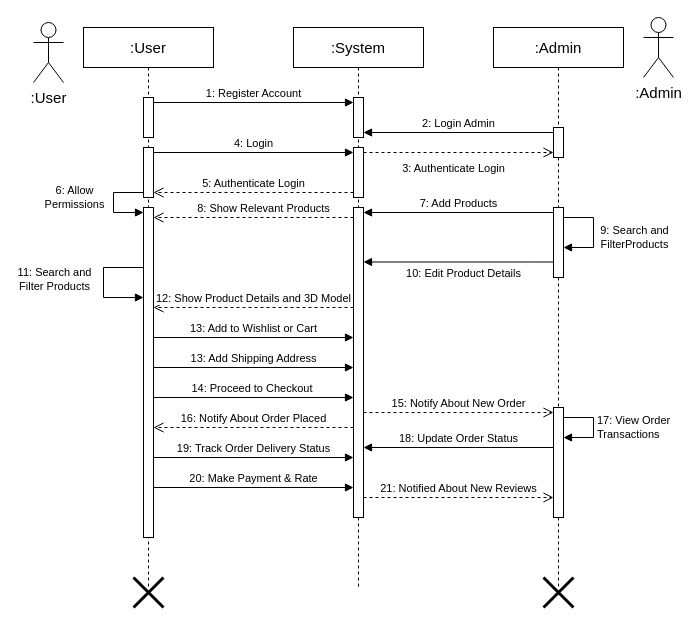
Above: sequenceDiagram.drawio in v1kasjaiswal/UnrealFurniture (draw.io), before the change. Source tidied: cells renumbered, new cells numbered last; positions are measured from the earlier drawing's top-left corner, leaving out a move shared by most shapes. Both pictures are drawn from the tidied source at 100%, with x=0, y=0 at pixel (33, 17).
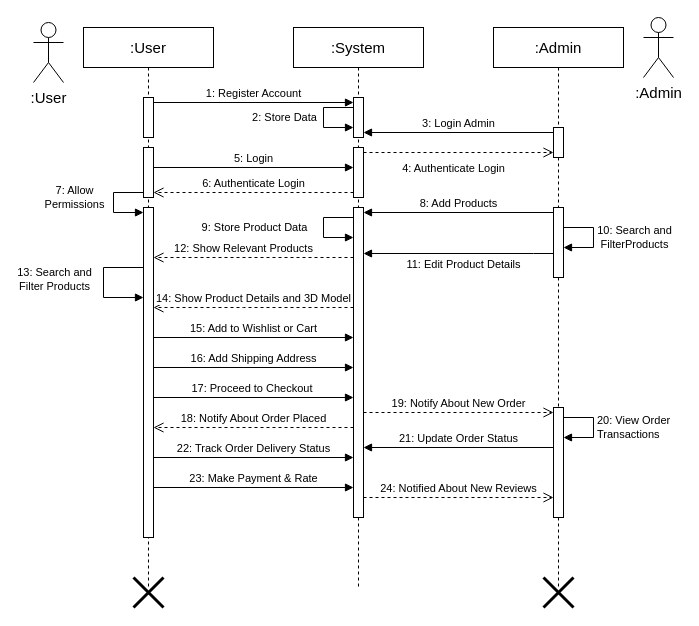
Above is the later version.

Unchanged cells that the change refers to:
```xml
<mxCell id="4" value="&lt;font style=&quot;font-size: 15px;&quot;&gt;:User&lt;/font&gt;" style="shape=umlLifeline;perimeter=lifelinePerimeter;whiteSpace=wrap;html=1;newEdgeStyle={&quot;curved&quot;:0,&quot;rounded&quot;:0};" parent="1" vertex="1">
  <mxGeometry x="50" y="10" width="130" height="560" as="geometry" />
</mxCell>
<mxCell id="6" style="html=1;points=[[0,0,0,0,5],[0,1,0,0,-5],[1,0,0,0,5],[1,1,0,0,-5]];perimeter=orthogonalPerimeter;outlineConnect=0;targetShapes=umlLifeline;portConstraint=eastwest;newEdgeStyle={&quot;curved&quot;:0,&quot;rounded&quot;:0};" parent="4" vertex="1">
  <mxGeometry x="60" y="120" width="10" height="50" as="geometry" />
</mxCell>
<mxCell id="7" style="html=1;points=[[0,0,0,0,5],[0,1,0,0,-5],[1,0,0,0,5],[1,1,0,0,-5]];perimeter=orthogonalPerimeter;outlineConnect=0;targetShapes=umlLifeline;portConstraint=eastwest;newEdgeStyle={&quot;curved&quot;:0,&quot;rounded&quot;:0};" parent="4" vertex="1">
  <mxGeometry x="60" y="180" width="10" height="330" as="geometry" />
</mxCell>
<mxCell id="11" style="html=1;points=[[0,0,0,0,5],[0,1,0,0,-5],[1,0,0,0,5],[1,1,0,0,-5]];perimeter=orthogonalPerimeter;outlineConnect=0;targetShapes=umlLifeline;portConstraint=eastwest;newEdgeStyle={&quot;curved&quot;:0,&quot;rounded&quot;:0};" parent="10" vertex="1">
  <mxGeometry x="60" y="100" width="10" height="30" as="geometry" />
</mxCell>
<mxCell id="12" style="html=1;points=[[0,0,0,0,5],[0,1,0,0,-5],[1,0,0,0,5],[1,1,0,0,-5]];perimeter=orthogonalPerimeter;outlineConnect=0;targetShapes=umlLifeline;portConstraint=eastwest;newEdgeStyle={&quot;curved&quot;:0,&quot;rounded&quot;:0};" parent="10" vertex="1">
  <mxGeometry x="60" y="180" width="10" height="70" as="geometry" />
</mxCell>
<mxCell id="13" style="html=1;points=[[0,0,0,0,5],[0,1,0,0,-5],[1,0,0,0,5],[1,1,0,0,-5]];perimeter=orthogonalPerimeter;outlineConnect=0;targetShapes=umlLifeline;portConstraint=eastwest;newEdgeStyle={&quot;curved&quot;:0,&quot;rounded&quot;:0};" parent="10" vertex="1">
  <mxGeometry x="60" y="380" width="10" height="110" as="geometry" />
</mxCell>
<mxCell id="15" style="html=1;points=[[0,0,0,0,5],[0,1,0,0,-5],[1,0,0,0,5],[1,1,0,0,-5]];perimeter=orthogonalPerimeter;outlineConnect=0;targetShapes=umlLifeline;portConstraint=eastwest;newEdgeStyle={&quot;curved&quot;:0,&quot;rounded&quot;:0};" parent="14" vertex="1">
  <mxGeometry x="60" y="70" width="10" height="40" as="geometry" />
</mxCell>
<mxCell id="16" style="html=1;points=[[0,0,0,0,5],[0,1,0,0,-5],[1,0,0,0,5],[1,1,0,0,-5]];perimeter=orthogonalPerimeter;outlineConnect=0;targetShapes=umlLifeline;portConstraint=eastwest;newEdgeStyle={&quot;curved&quot;:0,&quot;rounded&quot;:0};" parent="14" vertex="1">
  <mxGeometry x="60" y="120" width="10" height="50" as="geometry" />
</mxCell>
<mxCell id="17" style="html=1;points=[[0,0,0,0,5],[0,1,0,0,-5],[1,0,0,0,5],[1,1,0,0,-5]];perimeter=orthogonalPerimeter;outlineConnect=0;targetShapes=umlLifeline;portConstraint=eastwest;newEdgeStyle={&quot;curved&quot;:0,&quot;rounded&quot;:0};" parent="14" vertex="1">
  <mxGeometry x="60" y="180" width="10" height="310" as="geometry" />
</mxCell>
```

The edit, as a diff of the source:
```diff
@@
-    <mxCell id="8" value="6: Allow&lt;div&gt;Permissions&lt;/div&gt;" style="html=1;align=center;spacingLeft=2;endArrow=block;rounded=0;edgeStyle=orthogonalEdgeStyle;curved=0;rounded=0;exitX=0;exitY=1;exitDx=0;exitDy=-5;exitPerimeter=0;entryX=0;entryY=0;entryDx=0;entryDy=5;entryPerimeter=0;" parent="4" edge="1" source="6" target="7">
+    <mxCell id="8" value="7: Allow&lt;div&gt;Permissions&lt;/div&gt;" style="html=1;align=center;spacingLeft=2;endArrow=block;rounded=0;edgeStyle=orthogonalEdgeStyle;curved=0;rounded=0;exitX=0;exitY=1;exitDx=0;exitDy=-5;exitPerimeter=0;entryX=0;entryY=0;entryDx=0;entryDy=5;entryPerimeter=0;" parent="4" edge="1" source="6" target="7">
       <mxGeometry x="-0.12" y="-40" relative="1" as="geometry">
         <Array as="points">
           <mxPoint x="30" y="165" />
           <mxPoint x="30" y="185" />
         </Array>
       </mxGeometry>
     </mxCell>
-    <mxCell id="9" value="11: Search and&lt;div&gt;Filter Products&lt;/div&gt;" style="html=1;align=center;spacingLeft=2;endArrow=block;rounded=0;edgeStyle=orthogonalEdgeStyle;curved=0;rounded=0;" parent="4" edge="1" source="7" target="7">
+    <mxCell id="9" value="13: Search and&lt;div&gt;Filter Products&lt;/div&gt;" style="html=1;align=center;spacingLeft=2;endArrow=block;rounded=0;edgeStyle=orthogonalEdgeStyle;curved=0;rounded=0;" parent="4" edge="1" source="7" target="7">
       <mxGeometry x="-0.06" y="-50" relative="1" as="geometry">
         <Array as="points">
           <mxPoint x="20" y="240" />
           <mxPoint x="20" y="270" />
         </Array>
       </mxGeometry>
     </mxCell>
@@
-    <mxCell id="19" value="2: Login Admin" style="html=1;verticalAlign=bottom;endArrow=block;curved=0;rounded=0;entryX=1;entryY=1;entryDx=0;entryDy=-5;entryPerimeter=0;" parent="1" edge="1" source="11" target="15">
+    <mxCell id="19" value="3: Login Admin" style="html=1;verticalAlign=bottom;endArrow=block;curved=0;rounded=0;entryX=1;entryY=1;entryDx=0;entryDy=-5;entryPerimeter=0;" parent="1" edge="1" source="11" target="15">
       <mxGeometry relative="1" as="geometry" />
     </mxCell>
-    <mxCell id="20" value="4: Login" style="html=1;verticalAlign=bottom;endArrow=block;curved=0;rounded=0;exitX=1;exitY=0;exitDx=0;exitDy=5;exitPerimeter=0;" parent="1" edge="1" source="6" target="16">
-      <mxGeometry relative="1" as="geometry" />
+    <mxCell id="20" value="5: Login" style="html=1;verticalAlign=bottom;endArrow=block;curved=0;rounded=0;exitX=1;exitY=0;exitDx=0;exitDy=5;exitPerimeter=0;" parent="1" edge="1">
+      <mxGeometry relative="1" as="geometry">
+        <mxPoint x="120" y="150" as="sourcePoint" />
+        <mxPoint x="320" y="150" as="targetPoint" />
+      </mxGeometry>
     </mxCell>
-    <mxCell id="21" value="5: Authenticate Login" style="html=1;verticalAlign=bottom;endArrow=open;dashed=1;endSize=8;curved=0;rounded=0;exitX=0;exitY=1;exitDx=0;exitDy=-5;exitPerimeter=0;entryX=1;entryY=1;entryDx=0;entryDy=-5;entryPerimeter=0;" parent="1" edge="1" source="16" target="6">
+    <mxCell id="21" value="6: Authenticate Login" style="html=1;verticalAlign=bottom;endArrow=open;dashed=1;endSize=8;curved=0;rounded=0;exitX=0;exitY=1;exitDx=0;exitDy=-5;exitPerimeter=0;entryX=1;entryY=1;entryDx=0;entryDy=-5;entryPerimeter=0;" parent="1" edge="1" source="16" target="6">
       <mxGeometry relative="1" as="geometry" />
     </mxCell>
-    <mxCell id="22" value="3: Authenticate Login" style="html=1;verticalAlign=bottom;endArrow=open;dashed=1;endSize=8;curved=0;rounded=0;exitX=1;exitY=0;exitDx=0;exitDy=5;exitPerimeter=0;" parent="1" edge="1" source="16" target="11">
+    <mxCell id="22" value="4: Authenticate Login" style="html=1;verticalAlign=bottom;endArrow=open;dashed=1;endSize=8;curved=0;rounded=0;exitX=1;exitY=0;exitDx=0;exitDy=5;exitPerimeter=0;" parent="1" edge="1" source="16" target="11">
       <mxGeometry x="-0.05" y="-25" relative="1" as="geometry" />
     </mxCell>
-    <mxCell id="23" value="7: Add Products" style="html=1;verticalAlign=bottom;endArrow=block;curved=0;rounded=0;exitX=0;exitY=0;exitDx=0;exitDy=5;exitPerimeter=0;" parent="1" edge="1" source="12" target="17">
+    <mxCell id="23" value="8: Add Products" style="html=1;verticalAlign=bottom;endArrow=block;curved=0;rounded=0;exitX=0;exitY=0;exitDx=0;exitDy=5;exitPerimeter=0;" parent="1" edge="1" source="12" target="17">
       <mxGeometry relative="1" as="geometry" />
     </mxCell>
-    <mxCell id="24" value="8: Show Relevant Products" style="html=1;verticalAlign=bottom;endArrow=open;dashed=1;endSize=8;curved=0;rounded=0;exitX=0;exitY=0;exitDx=0;exitDy=5;exitPerimeter=0;entryX=1;entryY=0;entryDx=0;entryDy=5;entryPerimeter=0;" parent="1" edge="1">
-      <mxGeometry x="-0.1" relative="1" as="geometry">
-        <mxPoint x="320" y="200" as="sourcePoint" />
-        <mxPoint x="120" y="200" as="targetPoint" />
+    <mxCell id="24" value="12: Show Relevant Products" style="html=1;verticalAlign=bottom;endArrow=open;dashed=1;endSize=8;curved=0;rounded=0;exitX=0;exitY=0;exitDx=0;exitDy=5;exitPerimeter=0;entryX=1;entryY=0;entryDx=0;entryDy=5;entryPerimeter=0;" parent="1" edge="1">
+      <mxGeometry x="0.1" relative="1" as="geometry">
+        <mxPoint x="320" y="240" as="sourcePoint" />
+        <mxPoint x="120" y="240" as="targetPoint" />
       </mxGeometry>
     </mxCell>
-    <mxCell id="25" value="12: Show Product Details and 3D Model" style="html=1;verticalAlign=bottom;endArrow=open;dashed=1;endSize=8;curved=0;rounded=0;" parent="1" edge="1">
+    <mxCell id="25" value="14: Show Product Details and 3D Model" style="html=1;verticalAlign=bottom;endArrow=open;dashed=1;endSize=8;curved=0;rounded=0;" parent="1" edge="1">
       <mxGeometry relative="1" as="geometry">
         <mxPoint x="320" y="290" as="sourcePoint" />
         <mxPoint x="120" y="290" as="targetPoint" />
         <Array as="points">
           <mxPoint x="210" y="290" />
         </Array>
       </mxGeometry>
     </mxCell>
-    <mxCell id="26" value="10: Edit Product Details" style="html=1;verticalAlign=bottom;endArrow=block;curved=0;rounded=0;" parent="1" edge="1">
+    <mxCell id="26" value="11: Edit Product Details" style="html=1;verticalAlign=bottom;endArrow=block;curved=0;rounded=0;" parent="1" edge="1">
       <mxGeometry x="-0.05" y="20" relative="1" as="geometry">
-        <mxPoint x="520" y="244.5" as="sourcePoint" />
-        <mxPoint x="330" y="244.5" as="targetPoint" />
+        <mxPoint x="520" y="236" as="sourcePoint" />
+        <mxPoint x="330" y="236" as="targetPoint" />
         <Array as="points">
-          <mxPoint x="500" y="244.5" />
+          <mxPoint x="500" y="236" />
         </Array>
       </mxGeometry>
     </mxCell>
-    <mxCell id="27" value="13: Add to Wishlist or Cart" style="html=1;verticalAlign=bottom;endArrow=block;curved=0;rounded=0;" parent="1" edge="1">
+    <mxCell id="27" value="15: Add to Wishlist or Cart" style="html=1;verticalAlign=bottom;endArrow=block;curved=0;rounded=0;" parent="1" edge="1">
       <mxGeometry relative="1" as="geometry">
         <mxPoint x="120" y="320" as="sourcePoint" />
         <mxPoint x="320" y="320" as="targetPoint" />
       </mxGeometry>
     </mxCell>
-    <mxCell id="28" value="13: Add Shipping Address" style="html=1;verticalAlign=bottom;endArrow=block;curved=0;rounded=0;" parent="1" edge="1">
+    <mxCell id="28" value="16: Add Shipping Address" style="html=1;verticalAlign=bottom;endArrow=block;curved=0;rounded=0;" parent="1" edge="1">
       <mxGeometry relative="1" as="geometry">
         <mxPoint x="120" y="350" as="sourcePoint" />
         <mxPoint x="320" y="350" as="targetPoint" />
       </mxGeometry>
     </mxCell>
-    <mxCell id="29" value="14: Proceed to Checkout&amp;nbsp;" style="html=1;verticalAlign=bottom;endArrow=block;curved=0;rounded=0;" parent="1" edge="1">
+    <mxCell id="29" value="17: Proceed to Checkout&amp;nbsp;" style="html=1;verticalAlign=bottom;endArrow=block;curved=0;rounded=0;" parent="1" edge="1">
       <mxGeometry relative="1" as="geometry">
         <mxPoint x="120" y="380" as="sourcePoint" />
         <mxPoint x="320" y="380" as="targetPoint" />
       </mxGeometry>
     </mxCell>
-    <mxCell id="30" value="15: Notify About New Order" style="html=1;verticalAlign=bottom;endArrow=open;dashed=1;endSize=8;curved=0;rounded=0;entryX=0;entryY=0;entryDx=0;entryDy=5;entryPerimeter=0;" parent="1" edge="1" source="17" target="13">
+    <mxCell id="30" value="19: Notify About New Order" style="html=1;verticalAlign=bottom;endArrow=open;dashed=1;endSize=8;curved=0;rounded=0;entryX=0;entryY=0;entryDx=0;entryDy=5;entryPerimeter=0;" parent="1" edge="1" source="17" target="13">
       <mxGeometry relative="1" as="geometry" />
     </mxCell>
-    <mxCell id="31" value="9: Search and&lt;div&gt;FilterProducts&lt;/div&gt;" style="html=1;align=center;spacingLeft=2;endArrow=block;rounded=0;edgeStyle=orthogonalEdgeStyle;curved=0;rounded=0;" parent="1" edge="1">
+    <mxCell id="31" value="10: Search and&lt;div&gt;FilterProducts&lt;/div&gt;" style="html=1;align=center;spacingLeft=2;endArrow=block;rounded=0;edgeStyle=orthogonalEdgeStyle;curved=0;rounded=0;" parent="1" edge="1">
       <mxGeometry x="0.1" y="40" relative="1" as="geometry">
         <mxPoint x="530" y="200" as="sourcePoint" />
         <mxPoint x="530" y="230" as="targetPoint" />
         <Array as="points">
-          <mxPoint x="560" y="200" />
+          <mxPoint x="530" y="210" />
+          <mxPoint x="560" y="210" />
           <mxPoint x="560" y="230" />
         </Array>
       </mxGeometry>
     </mxCell>
-    <mxCell id="32" value="18: Update Order Status" style="html=1;verticalAlign=bottom;endArrow=block;curved=0;rounded=0;" parent="1" edge="1">
+    <mxCell id="32" value="21: Update Order Status" style="html=1;verticalAlign=bottom;endArrow=block;curved=0;rounded=0;" parent="1" edge="1">
       <mxGeometry relative="1" as="geometry">
         <mxPoint x="520" y="430" as="sourcePoint" />
         <mxPoint x="330" y="430" as="targetPoint" />
       </mxGeometry>
     </mxCell>
-    <mxCell id="33" value="16: Notify About Order Placed" style="html=1;verticalAlign=bottom;endArrow=open;dashed=1;endSize=8;curved=0;rounded=0;" parent="1" edge="1">
+    <mxCell id="33" value="18: Notify About Order Placed" style="html=1;verticalAlign=bottom;endArrow=open;dashed=1;endSize=8;curved=0;rounded=0;" parent="1" edge="1">
       <mxGeometry relative="1" as="geometry">
         <mxPoint x="320" y="410" as="sourcePoint" />
         <mxPoint x="120" y="410" as="targetPoint" />
       </mxGeometry>
     </mxCell>
-    <mxCell id="34" value="19: Track Order Delivery Status" style="html=1;verticalAlign=bottom;endArrow=block;curved=0;rounded=0;" parent="1" edge="1">
+    <mxCell id="34" value="22: Track Order Delivery Status" style="html=1;verticalAlign=bottom;endArrow=block;curved=0;rounded=0;" parent="1" edge="1">
       <mxGeometry relative="1" as="geometry">
         <mxPoint x="120" y="440" as="sourcePoint" />
         <mxPoint x="320" y="440" as="targetPoint" />
       </mxGeometry>
     </mxCell>
-    <mxCell id="35" value="20: Make Payment &amp;amp; Rate" style="html=1;verticalAlign=bottom;endArrow=block;curved=0;rounded=0;entryX=0;entryY=1;entryDx=0;entryDy=-5;entryPerimeter=0;" parent="1" edge="1">
+    <mxCell id="35" value="23: Make Payment &amp;amp; Rate" style="html=1;verticalAlign=bottom;endArrow=block;curved=0;rounded=0;entryX=0;entryY=1;entryDx=0;entryDy=-5;entryPerimeter=0;" parent="1" edge="1">
       <mxGeometry relative="1" as="geometry">
         <mxPoint x="120" y="470" as="sourcePoint" />
         <mxPoint x="320" y="470" as="targetPoint" />
       </mxGeometry>
     </mxCell>
-    <mxCell id="36" value="21: Notified About New Reviews" style="html=1;verticalAlign=bottom;endArrow=open;dashed=1;endSize=8;curved=0;rounded=0;" parent="1" edge="1">
+    <mxCell id="36" value="24: Notified About New Reviews" style="html=1;verticalAlign=bottom;endArrow=open;dashed=1;endSize=8;curved=0;rounded=0;" parent="1" edge="1">
       <mxGeometry relative="1" as="geometry">
         <mxPoint x="330" y="480" as="sourcePoint" />
         <mxPoint x="520" y="480" as="targetPoint" />
       </mxGeometry>
     </mxCell>
-    <mxCell id="37" value="17: View Order&lt;div&gt;Transactions&lt;/div&gt;" style="html=1;align=left;spacingLeft=2;endArrow=block;rounded=0;edgeStyle=orthogonalEdgeStyle;curved=0;rounded=0;" parent="1" edge="1" target="13">
+    <mxCell id="37" value="20: View Order&lt;div&gt;Transactions&lt;/div&gt;" style="html=1;align=left;spacingLeft=2;endArrow=block;rounded=0;edgeStyle=orthogonalEdgeStyle;curved=0;rounded=0;" parent="1" edge="1" target="13">
       <mxGeometry relative="1" as="geometry">
         <mxPoint x="530" y="400" as="sourcePoint" />
         <Array as="points">
           <mxPoint x="560" y="400" />
           <mxPoint x="560" y="420" />
         </Array>
       </mxGeometry>
     </mxCell>
@@
+    <mxCell id="40" value="2: Store Data" style="html=1;align=center;spacingLeft=2;endArrow=block;rounded=0;edgeStyle=orthogonalEdgeStyle;curved=0;rounded=0;exitX=0;exitY=1;exitDx=0;exitDy=-5;exitPerimeter=0;entryX=0;entryY=0;entryDx=0;entryDy=5;entryPerimeter=0;" parent="1" edge="1">
+      <mxGeometry y="-40" relative="1" as="geometry">
+        <mxPoint x="320" y="90" as="sourcePoint" />
+        <mxPoint x="320" y="110" as="targetPoint" />
+        <Array as="points">
+          <mxPoint x="290" y="90" />
+          <mxPoint x="290" y="110" />
+        </Array>
+      </mxGeometry>
+    </mxCell>
+    <mxCell id="41" value="9: Store Product Data" style="html=1;align=center;spacingLeft=2;endArrow=block;rounded=0;edgeStyle=orthogonalEdgeStyle;curved=0;rounded=0;exitX=0;exitY=1;exitDx=0;exitDy=-5;exitPerimeter=0;entryX=0;entryY=0;entryDx=0;entryDy=5;entryPerimeter=0;" parent="1" edge="1">
+      <mxGeometry y="-70" relative="1" as="geometry">
+        <mxPoint x="320" y="200" as="sourcePoint" />
+        <mxPoint x="320" y="220" as="targetPoint" />
+        <Array as="points">
+          <mxPoint x="290" y="200" />
+          <mxPoint x="290" y="220" />
+        </Array>
+      </mxGeometry>
+    </mxCell>
```
